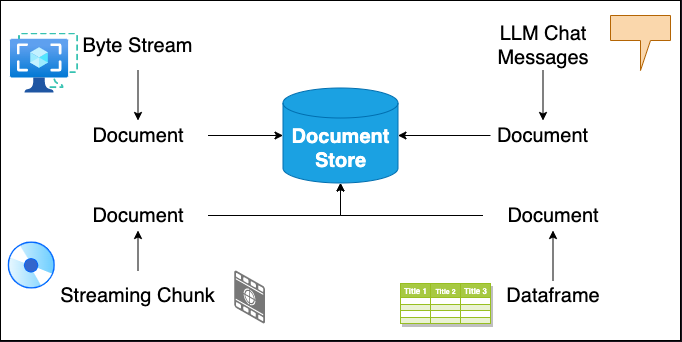
Before: ch3/jupyter-notebooks/images/data-structures.png, a diagram exported from draw.io (PacktPublishing/Building-Natural-Language-Pipelines). Source tidied: cells renumbered, new cells last; positions are measured from the earlier drawing's top-left corner, leaving out a move shared by most shapes.
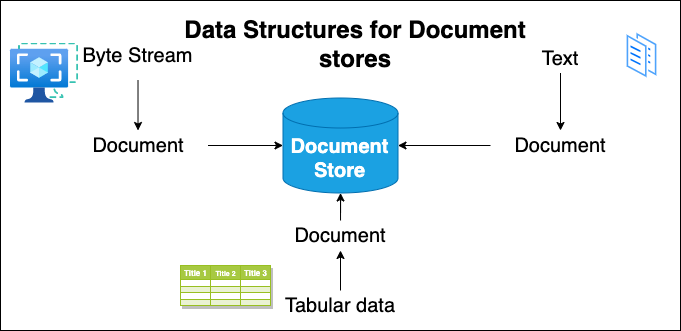
The same file after the commit.

Commit message:
clean up data structure notebook

What changed in the source:
```diff
@@ -3,43 +3,25 @@
     <mxCell id="0" />
     <mxCell id="1" parent="0" />
     <mxCell id="2" style="rounded=0;whiteSpace=wrap;html=1;fillColor=#FFFFFF;strokeColor=#000000;" parent="1" vertex="1">
-      <mxGeometry width="680" height="340" as="geometry" />
+      <mxGeometry width="680" height="330" as="geometry" />
     </mxCell>
     <mxCell id="3" style="edgeStyle=orthogonalEdgeStyle;rounded=0;jettySize=auto;html=1;strokeColor=#000000;" parent="1" edge="1" source="4" target="41">
       <mxGeometry relative="1" as="geometry" />
     </mxCell>
-    <mxCell id="4" value="&lt;font style=&quot;font-size: 20px;&quot; color=&quot;#000000&quot;&gt;Dataframe&lt;/font&gt;" style="text;html=1;strokeColor=none;fillColor=none;align=center;verticalAlign=middle;whiteSpace=wrap;rounded=0;" parent="1" vertex="1">
-      <mxGeometry x="487.5" y="280" width="130" height="30" as="geometry" />
+    <mxCell id="4" value="&lt;font style=&quot;font-size: 20px;&quot; color=&quot;#000000&quot;&gt;Tabular data&lt;/font&gt;" style="text;html=1;strokeColor=none;fillColor=none;align=center;verticalAlign=middle;whiteSpace=wrap;rounded=0;" parent="1" vertex="1">
+      <mxGeometry x="275" y="290" width="130" height="30" as="geometry" />
     </mxCell>
     <mxCell id="5" style="edgeStyle=orthogonalEdgeStyle;rounded=0;jettySize=auto;html=1;strokeColor=#000000;" parent="1" edge="1" source="6" target="37">
       <mxGeometry relative="1" as="geometry" />
     </mxCell>
     <mxCell id="6" value="&lt;font style=&quot;font-size: 20px;&quot; color=&quot;#000000&quot;&gt;Byte Stream&lt;/font&gt;" style="text;html=1;strokeColor=none;fillColor=none;align=center;verticalAlign=middle;whiteSpace=wrap;rounded=0;" parent="1" vertex="1">
-      <mxGeometry x="53.1" y="20" width="168.8" height="50" as="geometry" />
+      <mxGeometry x="53.1" y="30" width="168.8" height="50" as="geometry" />
     </mxCell>
-    <mxCell id="7" value="&lt;font style=&quot;font-size: 20px;&quot; color=&quot;#000000&quot;&gt;Streaming Chunk&lt;/font&gt;" style="text;html=1;strokeColor=none;fillColor=none;align=center;verticalAlign=middle;whiteSpace=wrap;rounded=0;" parent="1" vertex="1">
-      <mxGeometry x="41.2" y="270" width="192.5" height="50" as="geometry" />
-    </mxCell>
-    <mxCell id="8" style="edgeStyle=orthogonalEdgeStyle;rounded=0;jettySize=auto;html=1;strokeColor=#000000;" parent="1" edge="1" source="9" target="43">
-      <mxGeometry relative="1" as="geometry" />
-    </mxCell>
-    <mxCell id="9" value="&lt;font style=&quot;font-size: 20px;&quot; color=&quot;#000000&quot;&gt;LLM Chat Messages&lt;/font&gt;" style="text;html=1;strokeColor=none;fillColor=none;align=center;verticalAlign=middle;whiteSpace=wrap;rounded=0;" parent="1" vertex="1">
-      <mxGeometry x="482.5" y="20" width="120" height="50" as="geometry" />
-    </mxCell>
     <mxCell id="10" value="&lt;font style=&quot;font-size: 20px;&quot;&gt;&lt;b&gt;Document Store&lt;/b&gt;&lt;/font&gt;" style="shape=cylinder3;whiteSpace=wrap;html=1;boundedLbl=1;backgroundOutline=1;size=15;fillColor=#1ba1e2;fontColor=#ffffff;strokeColor=#006EAF;" parent="1" vertex="1">
-      <mxGeometry x="282.5" y="87.5" width="115" height="95" as="geometry" />
+      <mxGeometry x="282.5" y="97.5" width="115" height="95" as="geometry" />
     </mxCell>
-    <mxCell id="11" style="verticalLabelPosition=bottom;html=1;verticalAlign=top;strokeWidth=1;align=center;dashed=0;shape=mxgraph.aws3d.image;strokeColor=none;fillColor=#777777;" parent="1" vertex="1">
-      <mxGeometry x="233.8" y="270" width="30.8" height="53" as="geometry" />
-    </mxCell>
-    <mxCell id="12" style="image;perimeter=ellipsePerimeter;html=1;align=center;shadow=0;dashed=0;spacingTop=3;image=img/lib/active_directory/cd_dvd.svg;" parent="1" vertex="1">
-      <mxGeometry x="6.2" y="240" width="50" height="50" as="geometry" />
-    </mxCell>
-    <mxCell id="13" style="shape=callout;whiteSpace=wrap;html=1;perimeter=calloutPerimeter;position2=0.5;fillColor=#fad7ac;strokeColor=#b46504;base=10;" parent="1" vertex="1">
-      <mxGeometry x="610" y="15" width="60" height="55" as="geometry" />
-    </mxCell>
     <mxCell id="14" value="Assets" style="strokeColor=#98bf21;fillColor=#A7C942;shadow=1;" parent="1" vertex="1">
-      <mxGeometry x="400" y="283" width="90" height="40" as="geometry" />
+      <mxGeometry x="180" y="265" width="90" height="40" as="geometry" />
     </mxCell>
     <mxCell id="15" style="shape=tableRow;horizontal=0;startSize=0;swimlaneHead=0;swimlaneBody=0;top=0;left=0;bottom=0;right=0;fontStyle=0;strokeColor=inherit;fillColor=#ffffff;" parent="14" vertex="1">
       <mxGeometry width="90" height="14" as="geometry" />
@@ -102,34 +84,37 @@
       <mxGeometry x="60" width="30" height="6" as="geometry" />
     </mxCell>
     <mxCell id="35" style="image;html=1;align=center;fontSize=12;image=img/lib/azure2/compute/Image_Templates.svg;" parent="1" vertex="1">
-      <mxGeometry x="10" y="32.5" width="68" height="60" as="geometry" />
+      <mxGeometry x="10" y="42.5" width="68" height="60" as="geometry" />
     </mxCell>
     <mxCell id="36" style="edgeStyle=orthogonalEdgeStyle;rounded=0;jettySize=auto;html=1;strokeColor=#000000;" parent="1" edge="1" source="37" target="10">
       <mxGeometry relative="1" as="geometry" />
     </mxCell>
     <mxCell id="37" value="&lt;font style=&quot;font-size: 20px;&quot; color=&quot;#000000&quot;&gt;Document&lt;/font&gt;" style="text;html=1;strokeColor=none;fillColor=none;align=center;verticalAlign=middle;whiteSpace=wrap;rounded=0;" parent="1" vertex="1">
-      <mxGeometry x="67.5" y="120" width="140" height="30" as="geometry" />
+      <mxGeometry x="67.5" y="130" width="140" height="30" as="geometry" />
     </mxCell>
-    <mxCell id="38" style="edgeStyle=orthogonalEdgeStyle;rounded=0;jettySize=auto;html=1;strokeColor=#000000;" parent="1" edge="1" source="39" target="10">
-      <mxGeometry relative="1" as="geometry" />
-    </mxCell>
-    <mxCell id="39" value="&lt;font style=&quot;font-size: 20px;&quot; color=&quot;#000000&quot;&gt;Document&lt;/font&gt;" style="text;html=1;strokeColor=none;fillColor=none;align=center;verticalAlign=middle;whiteSpace=wrap;rounded=0;" parent="1" vertex="1">
-      <mxGeometry x="67.5" y="200" width="140" height="30" as="geometry" />
-    </mxCell>
     <mxCell id="40" style="edgeStyle=orthogonalEdgeStyle;rounded=0;jettySize=auto;html=1;strokeColor=#000000;" parent="1" edge="1" source="41" target="10">
       <mxGeometry relative="1" as="geometry" />
     </mxCell>
     <mxCell id="41" value="&lt;font style=&quot;font-size: 20px;&quot; color=&quot;#000000&quot;&gt;Document&lt;/font&gt;" style="text;html=1;strokeColor=none;fillColor=none;align=center;verticalAlign=middle;whiteSpace=wrap;rounded=0;" parent="1" vertex="1">
-      <mxGeometry x="482.5" y="200" width="140" height="30" as="geometry" />
+      <mxGeometry x="270" y="220" width="140" height="30" as="geometry" />
     </mxCell>
-    <mxCell id="42" style="edgeStyle=orthogonalEdgeStyle;rounded=0;jettySize=auto;html=1;strokeColor=#000000;" parent="1" edge="1" source="43" target="10">
-      <mxGeometry relative="1" as="geometry" />
-    </mxCell>
-    <mxCell id="43" value="&lt;font style=&quot;font-size: 20px;&quot; color=&quot;#000000&quot;&gt;Document&lt;/font&gt;" style="text;html=1;strokeColor=none;fillColor=none;align=center;verticalAlign=middle;whiteSpace=wrap;rounded=0;" parent="1" vertex="1">
-      <mxGeometry x="490" y="120" width="105" height="30" as="geometry" />
-    </mxCell>
-    <mxCell id="44" style="endArrow=classic;html=1;rounded=0;exitX=0.5;exitY=0;exitDx=0;exitDy=0;entryX=0.5;entryY=1;entryDx=0;entryDy=0;strokeColor=#000000;" parent="1" edge="1" source="7" target="39">
-      <mxGeometry relative="1" as="geometry" />
-    </mxCell>
+    <mxCell id="45" style="edgeStyle=orthogonalEdgeStyle;rounded=0;jettySize=auto;html=1;strokeColor=#000000;" parent="1" edge="1" source="46" target="49">
+      <mxGeometry relative="1" as="geometry" />
+    </mxCell>
+    <mxCell id="46" value="&lt;font style=&quot;font-size: 20px;&quot; color=&quot;#000000&quot;&gt;Text&lt;/font&gt;" style="text;html=1;strokeColor=none;fillColor=none;align=center;verticalAlign=middle;whiteSpace=wrap;rounded=0;" parent="1" vertex="1">
+      <mxGeometry x="495" y="42.5" width="130" height="30" as="geometry" />
+    </mxCell>
+    <mxCell id="47" style="image;perimeter=ellipsePerimeter;html=1;align=center;shadow=0;dashed=0;spacingTop=3;image=img/lib/active_directory/documents.svg;" parent="1" vertex="1">
+      <mxGeometry x="625" y="30" width="33" height="50" as="geometry" />
+    </mxCell>
+    <mxCell id="48" style="edgeStyle=orthogonalEdgeStyle;rounded=0;jettySize=auto;html=1;strokeColor=#000000;" parent="1" edge="1" source="49" target="10">
+      <mxGeometry relative="1" as="geometry" />
+    </mxCell>
+    <mxCell id="49" value="&lt;font style=&quot;font-size: 20px;&quot; color=&quot;#000000&quot;&gt;Document&lt;/font&gt;" style="text;html=1;strokeColor=none;fillColor=none;align=center;verticalAlign=middle;whiteSpace=wrap;rounded=0;" parent="1" vertex="1">
+      <mxGeometry x="490" y="130" width="140" height="30" as="geometry" />
+    </mxCell>
+    <mxCell id="50" value="&lt;h1&gt;&lt;font color=&quot;#000000&quot;&gt;Data Structures for Document stores&lt;/font&gt;&lt;/h1&gt;" style="text;html=1;strokeColor=none;fillColor=none;spacing=5;spacingTop=-20;whiteSpace=wrap;overflow=hidden;rounded=0;align=center;" parent="1" vertex="1">
+      <mxGeometry x="170" y="10" width="370" height="60" as="geometry" />
+    </mxCell>
   </root>
 </mxGraphModel>
```
